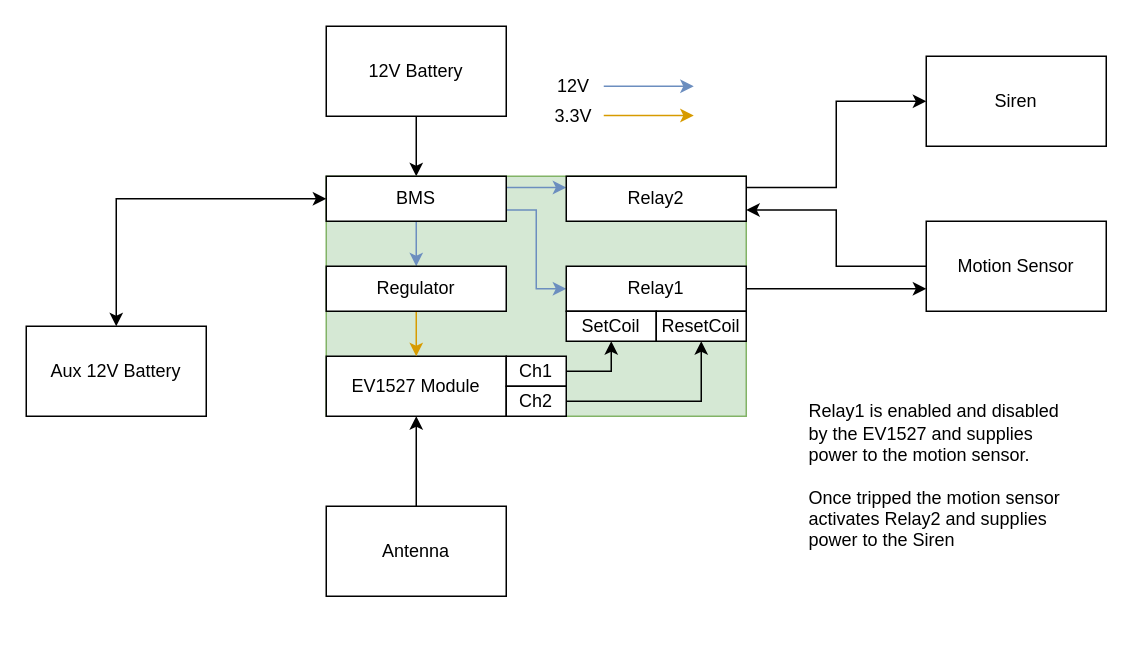
The draw.io diagram fbd/EV1527.drawio in runbren/keyless-security, before the edit. Source tidied: cells renumbered, new cells numbered last; positions are measured from the earlier drawing's top-left corner, leaving out a move shared by most shapes. Both pictures are drawn from the tidied source at 150%, with x=0, y=0 at pixel (26, 26).
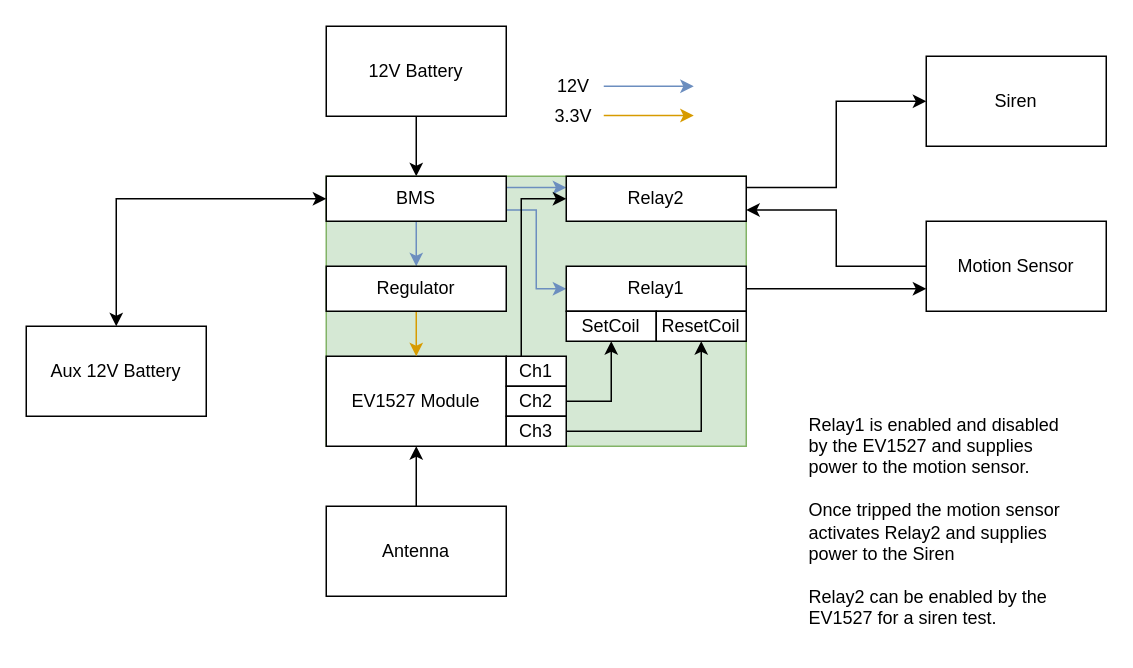
After the change.

Commit message:
add channel 3 for siren overide

Unchanged cells that the change refers to:
```xml
<mxCell id="13" value="Relay2" style="rounded=0;whiteSpace=wrap;html=1;" parent="6" vertex="1">
  <mxGeometry x="160" width="120" height="30" as="geometry" />
</mxCell>
<mxCell id="18" value="Ch1" style="rounded=0;whiteSpace=wrap;html=1;" parent="6" vertex="1">
  <mxGeometry x="120" y="120" width="40" height="20" as="geometry" />
</mxCell>
<mxCell id="20" value="Ch2" style="rounded=0;whiteSpace=wrap;html=1;" parent="6" vertex="1">
  <mxGeometry x="120" y="140" width="40" height="20" as="geometry" />
</mxCell>
<mxCell id="21" value="SetCoil" style="rounded=0;whiteSpace=wrap;html=1;" parent="6" vertex="1">
  <mxGeometry x="160" y="90" width="60" height="20" as="geometry" />
</mxCell>
<mxCell id="22" value="ResetCoil" style="rounded=0;whiteSpace=wrap;html=1;" parent="6" vertex="1">
  <mxGeometry x="220" y="90" width="60" height="20" as="geometry" />
</mxCell>
```

The edit, as a diff of the source:
```diff
@@
     <mxCell id="6" style="group;" parent="1" vertex="1">
-      <mxGeometry x="200" y="100" width="280" height="160" as="geometry" />
+      <mxGeometry x="200" y="100" width="280" height="180" as="geometry" />
     </mxCell>
     <mxCell id="7" style="rounded=0;whiteSpace=wrap;html=1;fillColor=#d5e8d4;strokeColor=#82b366;" parent="6" vertex="1">
-      <mxGeometry width="280" height="160" as="geometry" />
+      <mxGeometry width="280" height="180" as="geometry" />
     </mxCell>
@@
-    <mxCell id="14" style="edgeStyle=orthogonalEdgeStyle;rounded=0;jettySize=auto;html=1;exitX=1;exitY=0.5;exitDx=0;exitDy=0;entryX=0.5;entryY=1;entryDx=0;entryDy=0;startArrow=none;startFill=0;endArrow=classic;endFill=1;" parent="6" edge="1" source="18" target="21">
-      <mxGeometry relative="1" as="geometry" />
+    <mxCell id="14" style="edgeStyle=orthogonalEdgeStyle;rounded=0;jettySize=auto;html=1;entryX=0;entryY=0.5;entryDx=0;entryDy=0;startArrow=none;startFill=0;endArrow=classic;endFill=1;" parent="6" edge="1" source="18" target="13">
+      <mxGeometry relative="1" as="geometry">
+        <Array as="points">
+          <mxPoint x="130" y="15" />
+        </Array>
+      </mxGeometry>
     </mxCell>
     <mxCell id="15" value="EV1527 Module" style="rounded=0;whiteSpace=wrap;html=1;" parent="6" vertex="1">
-      <mxGeometry y="120" width="120" height="40" as="geometry" />
+      <mxGeometry y="120" width="120" height="60" as="geometry" />
     </mxCell>
@@
-    <mxCell id="19" style="edgeStyle=orthogonalEdgeStyle;rounded=0;jettySize=auto;html=1;exitX=1;exitY=0.5;exitDx=0;exitDy=0;entryX=0.5;entryY=1;entryDx=0;entryDy=0;" parent="6" edge="1" source="20" target="22">
+    <mxCell id="19" style="edgeStyle=orthogonalEdgeStyle;rounded=0;jettySize=auto;html=1;exitX=1;exitY=0.5;exitDx=0;exitDy=0;entryX=0.5;entryY=1;entryDx=0;entryDy=0;" parent="6" edge="1" source="20" target="21">
       <mxGeometry relative="1" as="geometry" />
     </mxCell>
@@
+    <mxCell id="35" style="edgeStyle=orthogonalEdgeStyle;rounded=0;jettySize=auto;html=1;exitX=1;exitY=0.5;exitDx=0;exitDy=0;entryX=0.5;entryY=1;entryDx=0;entryDy=0;" parent="6" edge="1" source="36" target="22">
+      <mxGeometry relative="1" as="geometry" />
+    </mxCell>
+    <mxCell id="36" value="Ch3" style="rounded=0;whiteSpace=wrap;html=1;" parent="6" vertex="1">
+      <mxGeometry x="120" y="160" width="40" height="20" as="geometry" />
+    </mxCell>
@@
-    <mxCell id="30" value="Relay1 is enabled and disabled by the EV1527 and supplies power to the motion sensor.&lt;br&gt;&lt;br&gt;Once tripped the motion sensor activates Relay2 and supplies power to the Siren" style="text;html=1;strokeColor=none;fillColor=none;align=left;verticalAlign=middle;whiteSpace=wrap;rounded=0;" parent="1" vertex="1">
-      <mxGeometry x="520" y="250" width="170" height="100" as="geometry" />
+    <mxCell id="30" value="Relay1 is enabled and disabled by the EV1527 and supplies power to the motion sensor.&lt;br&gt;&lt;br&gt;Once tripped the motion sensor activates Relay2 and supplies power to the Siren&lt;br&gt;&lt;br&gt;Relay2 can be enabled by the EV1527 for a siren test." style="text;html=1;strokeColor=none;fillColor=none;align=left;verticalAlign=middle;whiteSpace=wrap;rounded=0;" parent="1" vertex="1">
+      <mxGeometry x="520" y="250" width="170" height="160" as="geometry" />
     </mxCell>
```
